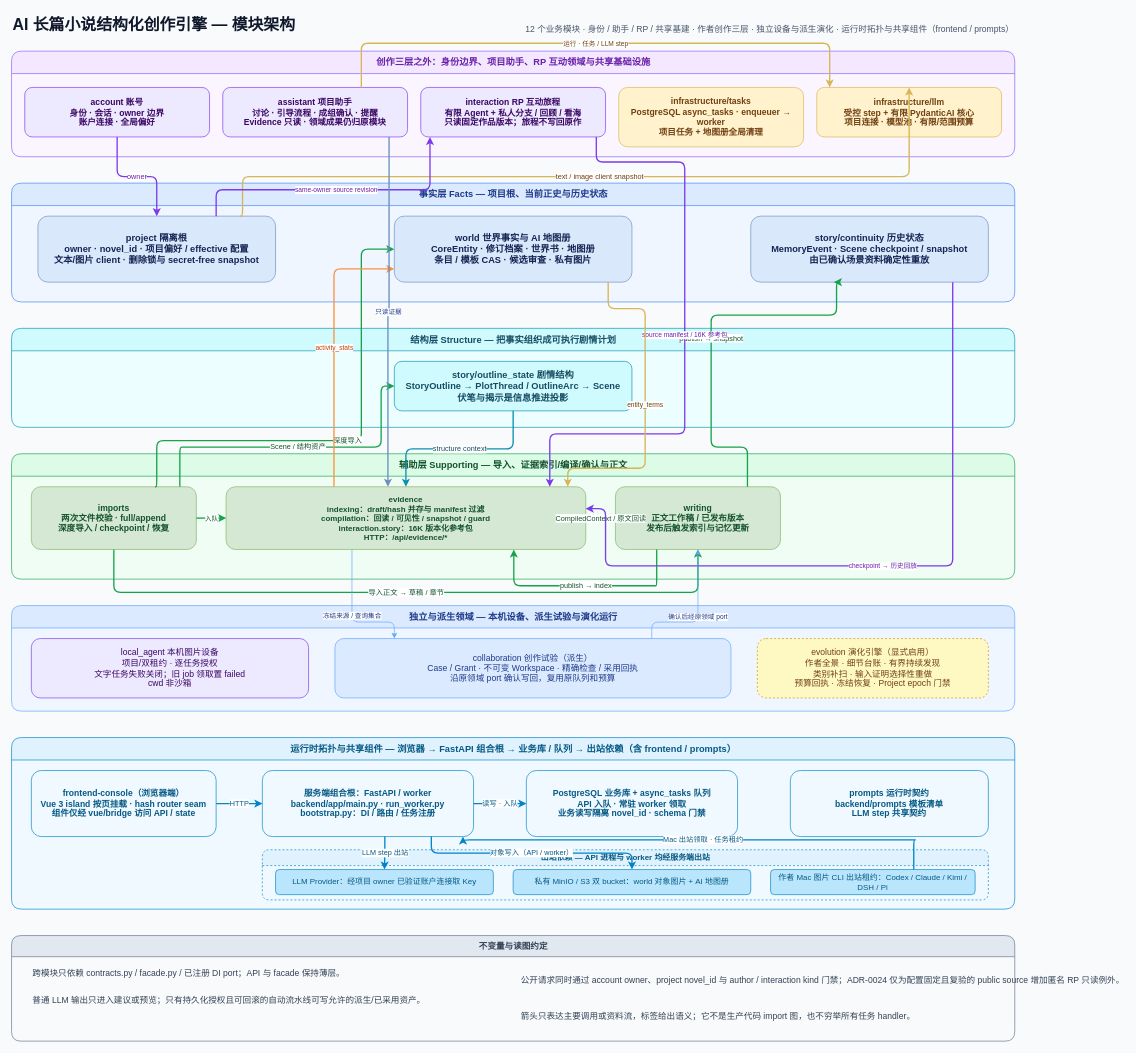
This is docs/architecture/module-architecture.drawio from FengHuoLinShan/ai-writing-assist, a draw.io file, before an edit. Source tidied: cells renumbered, new cells numbered last; positions are measured from the earlier drawing's top-left corner, leaving out a move shared by most shapes. Both pictures are drawn from the tidied source at 66%, with x=0, y=0 at pixel (11, 11).
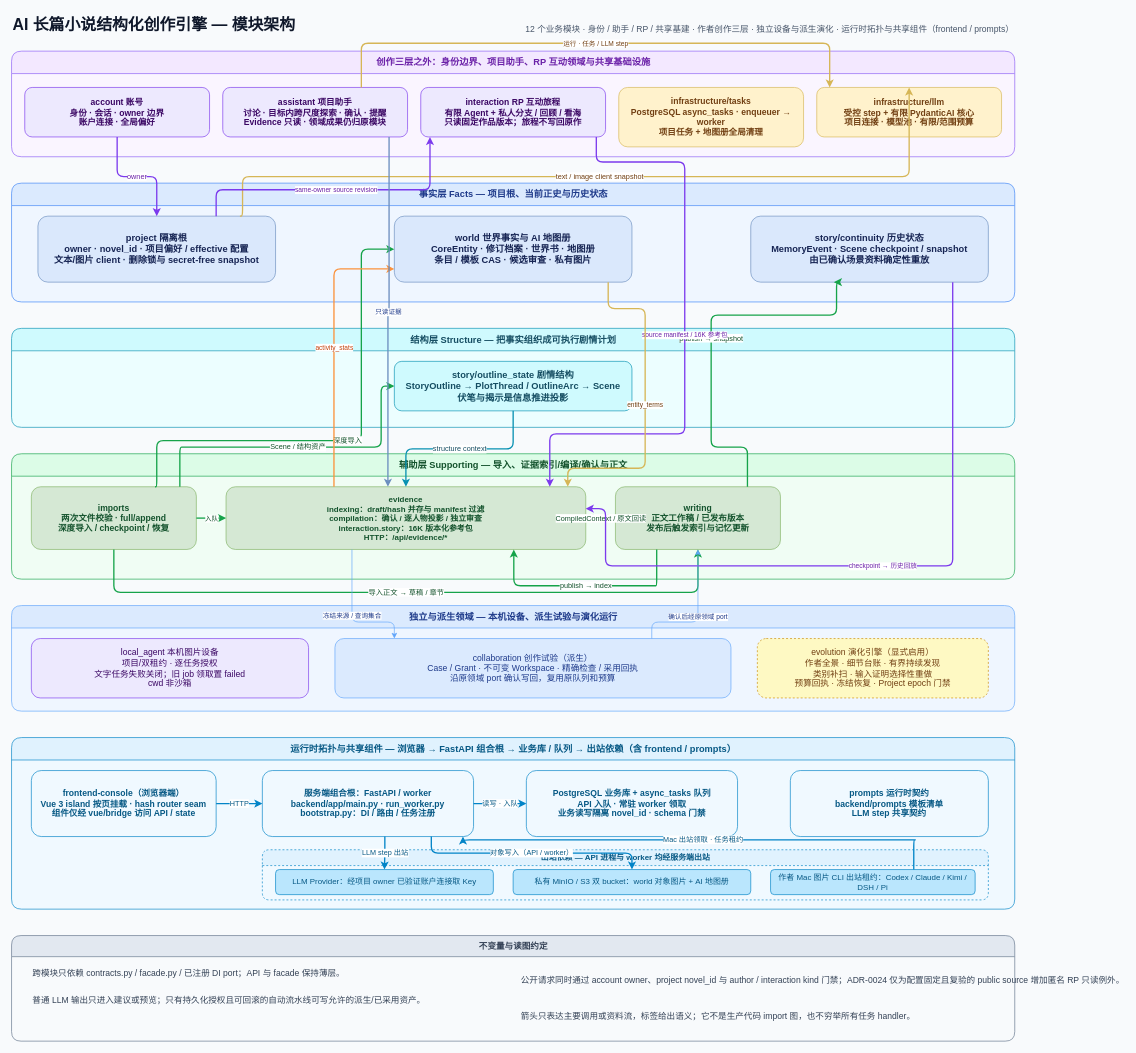
After the change.

The change refers to these unchanged cells:
```xml
<mxCell id="4" value="创作三层之外：身份边界、项目助手、RP 互动领域与共享基础设施" style="swimlane;startSize=34;horizontal=1;rounded=1;html=1;fillColor=#f3e8ff;swimlaneFillColor=#faf5ff;strokeColor=#8b5cf6;fontColor=#6b21a8;fontSize=14;fontStyle=1;" parent="1" vertex="1">
  <mxGeometry y="60" width="1520" height="160" as="geometry" />
</mxCell>
<mxCell id="16" value="辅助层 Supporting — 导入、证据索引/编译/确认与正文" style="swimlane;startSize=34;horizontal=1;rounded=1;html=1;fillColor=#dcfce7;swimlaneFillColor=#f0fdf4;strokeColor=#16a34a;fontColor=#14532d;fontSize=14;fontStyle=1;" parent="1" vertex="1">
  <mxGeometry y="670" width="1520" height="190" as="geometry" />
</mxCell>
```

The edit, as a diff of the source:
```diff
@@
-    <mxCell id="6" value="assistant 项目助手&#10;讨论 · 引导流程 · 成组确认 · 提醒&#10;Evidence 只读 · 领域成果仍归原模块" style="rounded=1;whiteSpace=wrap;html=1;fillColor=#ede9fe;strokeColor=#7c3aed;fontColor=#3b0764;fontSize=13;fontStyle=1;spacing=8;" parent="4" vertex="1">
+    <mxCell id="6" value="assistant 项目助手&#10;讨论 · 目标内跨尺度探索 · 确认 · 提醒&#10;Evidence 只读 · 领域成果仍归原模块" style="rounded=1;whiteSpace=wrap;html=1;fillColor=#ede9fe;strokeColor=#7c3aed;fontColor=#3b0764;fontSize=13;fontStyle=1;spacing=8;" parent="4" vertex="1">
       <mxGeometry x="320" y="55" width="280" height="75" as="geometry" />
     </mxCell>
@@
-    <mxCell id="18" value="evidence&#10;indexing：draft/hash 并存与 manifest 过滤&#10;compilation：回读 / 可见性 / snapshot / guard&#10;interaction.story：16K 版本化参考包&#10;HTTP：/api/evidence/*" style="rounded=1;whiteSpace=wrap;html=1;fillColor=#d5e8d4;strokeColor=#82b366;fontColor=#14532d;fontSize=12;fontStyle=1;spacing=8;" parent="16" vertex="1">
+    <mxCell id="18" value="evidence&#10;indexing：draft/hash 并存与 manifest 过滤&#10;compilation：确认 / 逐人物投影 / 独立审查&#10;interaction.story：16K 版本化参考包&#10;HTTP：/api/evidence/*" style="rounded=1;whiteSpace=wrap;html=1;fillColor=#d5e8d4;strokeColor=#82b366;fontColor=#14532d;fontSize=12;fontStyle=1;spacing=8;" parent="16" vertex="1">
       <mxGeometry x="325" y="50" width="545" height="95" as="geometry" />
     </mxCell>
```
